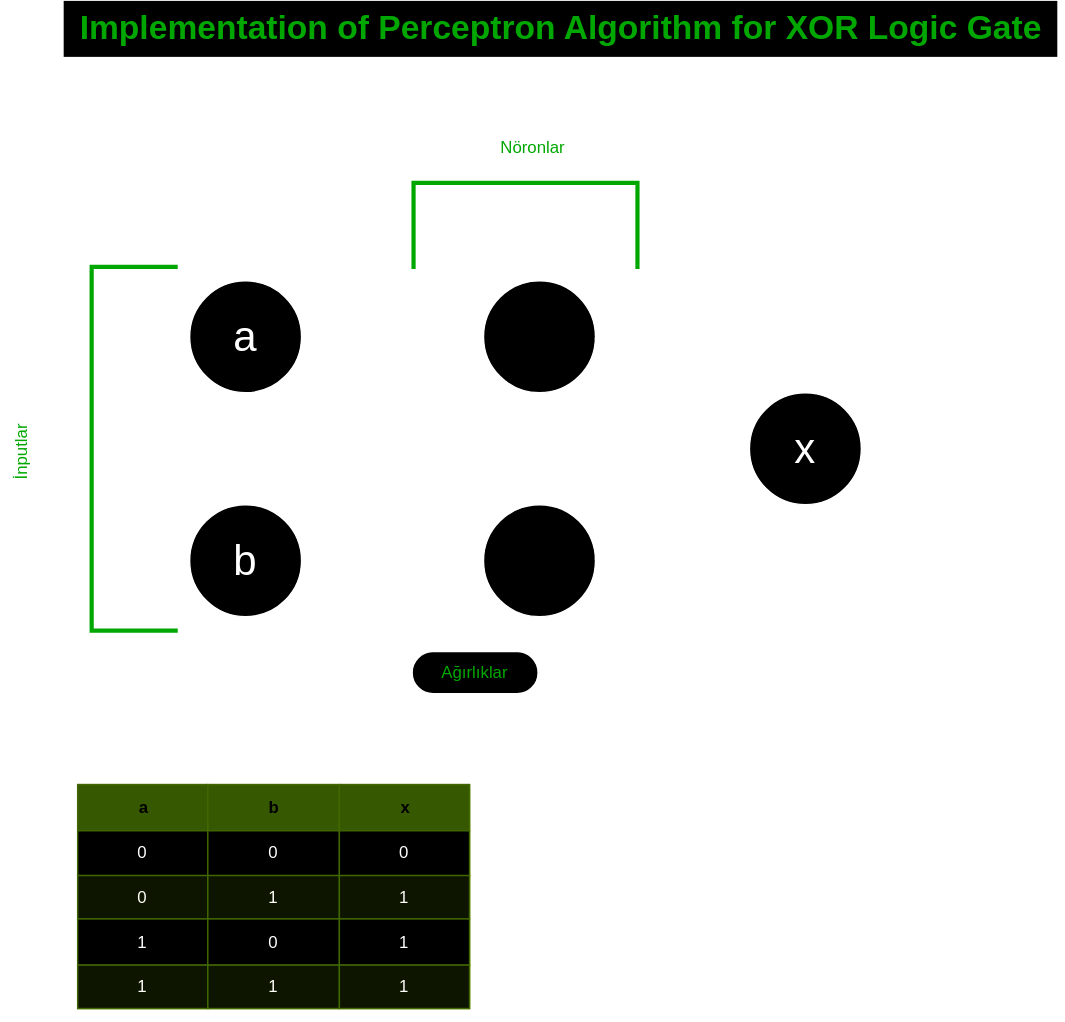
The draw.io diagram Başlıksız Diyagram.drawio.svg in symsrsy/multilayerperceptron, before a commit. Source tidied: cells renumbered, new cells last; positions are measured from the earlier drawing's top-left corner, leaving out a move shared by most shapes.
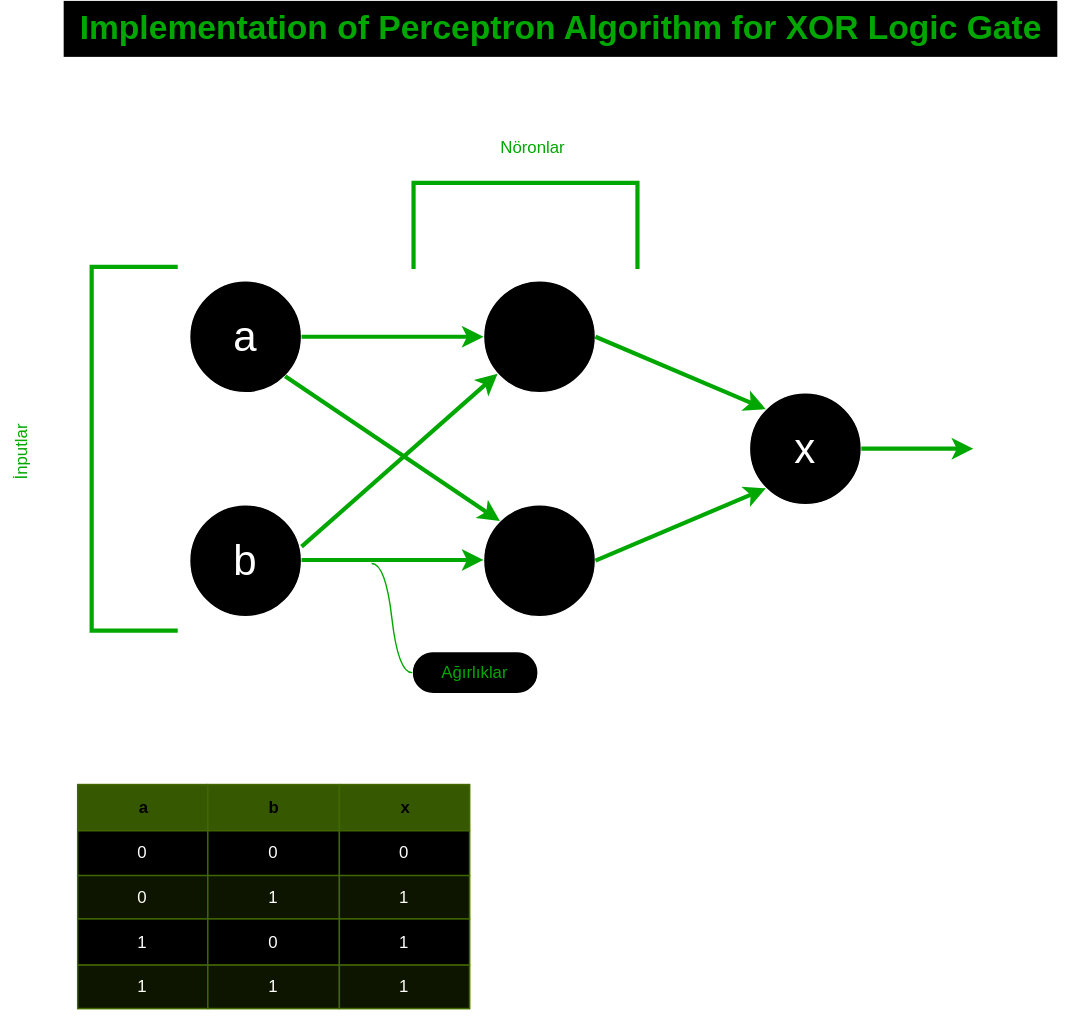
The same diagram one commit later.

Diff of the diagram source:
```diff
@@ -17,36 +17,36 @@
     <mxCell id="6" value="&lt;font style=&quot;font-size: 30px;&quot;&gt;x&lt;/font&gt;" style="ellipse;whiteSpace=wrap;html=1;" parent="1" vertex="1">
       <mxGeometry x="570" y="280" width="80" height="80" as="geometry" />
     </mxCell>
-    <mxCell id="7" style="endArrow=classic;html=1;rounded=0;entryX=0;entryY=0.5;entryDx=0;entryDy=0;strokeWidth=3;" parent="1" edge="1" target="4">
+    <mxCell id="7" style="endArrow=classic;html=1;rounded=0;entryX=0;entryY=0.5;entryDx=0;entryDy=0;strokeWidth=3;strokeColor=#00CC00;" parent="1" edge="1" target="4">
       <mxGeometry relative="1" as="geometry">
         <mxPoint x="250" y="240" as="sourcePoint" />
       </mxGeometry>
     </mxCell>
-    <mxCell id="8" style="endArrow=classic;html=1;rounded=0;entryX=0;entryY=0.5;entryDx=0;entryDy=0;strokeWidth=3;" parent="1" edge="1">
+    <mxCell id="8" style="endArrow=classic;html=1;rounded=0;entryX=0;entryY=0.5;entryDx=0;entryDy=0;strokeWidth=3;strokeColor=#00CC00;" parent="1" edge="1">
       <mxGeometry relative="1" as="geometry">
         <mxPoint x="250" y="399.5" as="sourcePoint" />
         <mxPoint x="380" y="399.5" as="targetPoint" />
       </mxGeometry>
     </mxCell>
-    <mxCell id="9" style="endArrow=classic;html=1;rounded=0;entryX=0;entryY=0;entryDx=0;entryDy=0;strokeWidth=3;" parent="1" edge="1" target="6">
+    <mxCell id="9" style="endArrow=classic;html=1;rounded=0;entryX=0;entryY=0;entryDx=0;entryDy=0;strokeWidth=3;strokeColor=#00CC00;" parent="1" edge="1" target="6">
       <mxGeometry relative="1" as="geometry">
         <mxPoint x="460" y="240" as="sourcePoint" />
       </mxGeometry>
     </mxCell>
-    <mxCell id="10" style="endArrow=classic;html=1;rounded=0;entryX=0;entryY=1;entryDx=0;entryDy=0;strokeWidth=3;" parent="1" edge="1" target="6">
+    <mxCell id="10" style="endArrow=classic;html=1;rounded=0;entryX=0;entryY=1;entryDx=0;entryDy=0;strokeWidth=3;strokeColor=#00CC00;" parent="1" edge="1" target="6">
       <mxGeometry relative="1" as="geometry">
         <mxPoint x="460" y="400" as="sourcePoint" />
       </mxGeometry>
     </mxCell>
-    <mxCell id="11" style="endArrow=classic;html=1;rounded=0;strokeWidth=3;" parent="1" edge="1" target="4">
+    <mxCell id="11" style="endArrow=classic;html=1;rounded=0;strokeWidth=3;strokeColor=#00CC00;" parent="1" edge="1" target="4">
       <mxGeometry relative="1" as="geometry">
         <mxPoint x="250" y="390" as="sourcePoint" />
       </mxGeometry>
     </mxCell>
-    <mxCell id="12" style="endArrow=classic;html=1;rounded=0;entryX=0;entryY=0;entryDx=0;entryDy=0;exitX=1;exitY=1;exitDx=0;exitDy=0;strokeWidth=3;" parent="1" edge="1" source="2" target="5">
+    <mxCell id="12" style="endArrow=classic;html=1;rounded=0;entryX=0;entryY=0;entryDx=0;entryDy=0;exitX=1;exitY=1;exitDx=0;exitDy=0;strokeWidth=3;strokeColor=#00CC00;" parent="1" edge="1" source="2" target="5">
       <mxGeometry relative="1" as="geometry" />
     </mxCell>
-    <mxCell id="13" style="endArrow=classic;html=1;rounded=0;" parent="1" edge="1">
+    <mxCell id="13" style="endArrow=classic;html=1;rounded=0;strokeColor=#00CC00;strokeWidth=3;" parent="1" edge="1">
       <mxGeometry relative="1" as="geometry">
         <mxPoint x="650" y="320" as="sourcePoint" />
         <mxPoint x="730" y="320" as="targetPoint" />
@@ -133,7 +133,7 @@
     <mxCell id="40" value="&lt;font color=&quot;#00cc00&quot;&gt;Ağırlıklar&lt;/font&gt;" style="whiteSpace=wrap;html=1;rounded=1;arcSize=50;align=center;verticalAlign=middle;strokeWidth=1;spacing=4;newEdgeStyle={&quot;edgeStyle&quot;:&quot;entityRelationEdgeStyle&quot;,&quot;startArrow&quot;:&quot;none&quot;,&quot;endArrow&quot;:&quot;none&quot;,&quot;segment&quot;:10,&quot;curved&quot;:1,&quot;sourcePerimeterSpacing&quot;:0,&quot;targetPerimeterSpacing&quot;:0};" parent="1" vertex="1">
       <mxGeometry x="329" y="465" width="90" height="30" as="geometry" />
     </mxCell>
-    <mxCell id="41" style="edgeStyle=entityRelationEdgeStyle;startArrow=none;endArrow=none;segment=10;curved=1;sourcePerimeterSpacing=0;targetPerimeterSpacing=0;rounded=0;" parent="1" edge="1" target="40">
+    <mxCell id="41" style="edgeStyle=entityRelationEdgeStyle;startArrow=none;endArrow=none;segment=10;curved=1;sourcePerimeterSpacing=0;targetPerimeterSpacing=0;rounded=0;strokeColor=#00CC00;" parent="1" edge="1" target="40">
       <mxGeometry relative="1" as="geometry">
         <mxPoint x="300" y="402" as="sourcePoint" />
       </mxGeometry>
```
